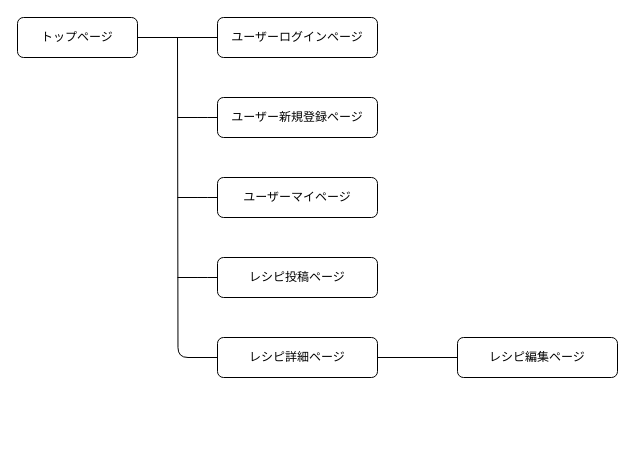
Above: page "ページ2" (1 of 2) of rondom-recipe.dio in hirosetino/random-recipe (draw.io), before the change. Source tidied: cells renumbered, new cells numbered last; positions are measured from the earlier drawing's top-left corner, leaving out a move shared by most shapes. Both pictures are drawn from the tidied source at 100%, with x=0, y=0 at pixel (17, 17).
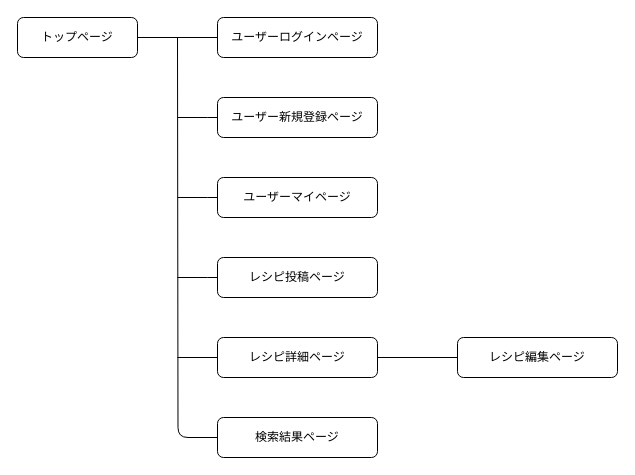
The same diagram, later.

Commit message (it also covers changes not shown here):
画面遷移図修正

The change refers to these unchanged cells:
```xml
<mxCell id="13" value="レシピ詳細ページ" style="rounded=1;whiteSpace=wrap;html=1;" parent="1" vertex="1">
  <mxGeometry x="200" y="320" width="160" height="40" as="geometry" />
</mxCell>
```

Diff of the diagram source:
```diff
@@
-    <mxCell id="12" style="edgeStyle=orthogonalEdgeStyle;html=1;exitX=0;exitY=0.5;exitDx=0;exitDy=0;endArrow=none;endFill=0;" parent="1" edge="1" source="13">
+    <mxCell id="12" style="edgeStyle=orthogonalEdgeStyle;html=1;exitX=0;exitY=0.5;exitDx=0;exitDy=0;endArrow=none;endFill=0;" parent="1" edge="1" source="16">
       <mxGeometry relative="1" as="geometry">
         <mxPoint x="160" y="20" as="targetPoint" />
       </mxGeometry>
     </mxCell>
+    <mxCell id="15" style="edgeStyle=none;html=1;exitX=0;exitY=0.5;exitDx=0;exitDy=0;endArrow=none;endFill=0;" parent="1" edge="1" source="13">
+      <mxGeometry relative="1" as="geometry">
+        <mxPoint x="160" y="340" as="targetPoint" />
+      </mxGeometry>
+    </mxCell>
@@
+    <mxCell id="16" value="検索結果ページ" style="rounded=1;whiteSpace=wrap;html=1;" parent="1" vertex="1">
+      <mxGeometry x="200" y="400" width="160" height="40" as="geometry" />
+    </mxCell>
```
